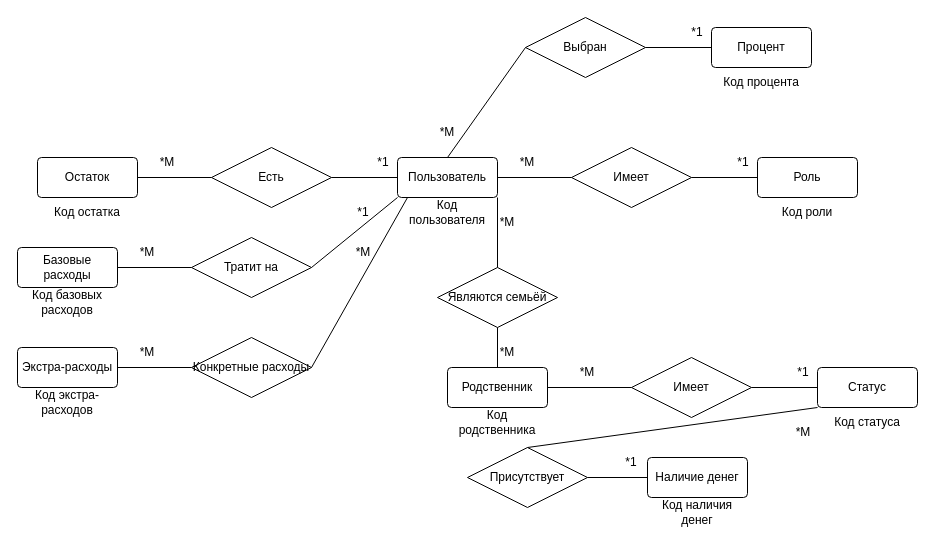
Above: page "Страница — 12" (12 of 18) of new_kurs.drawio in dahichnero/schemas (draw.io), before the change. Source tidied: cells renumbered, new cells numbered last; positions are measured from the earlier drawing's top-left corner, leaving out a move shared by most shapes. Both pictures are drawn from the tidied source at 100%, with x=0, y=0 at pixel (17, 17).
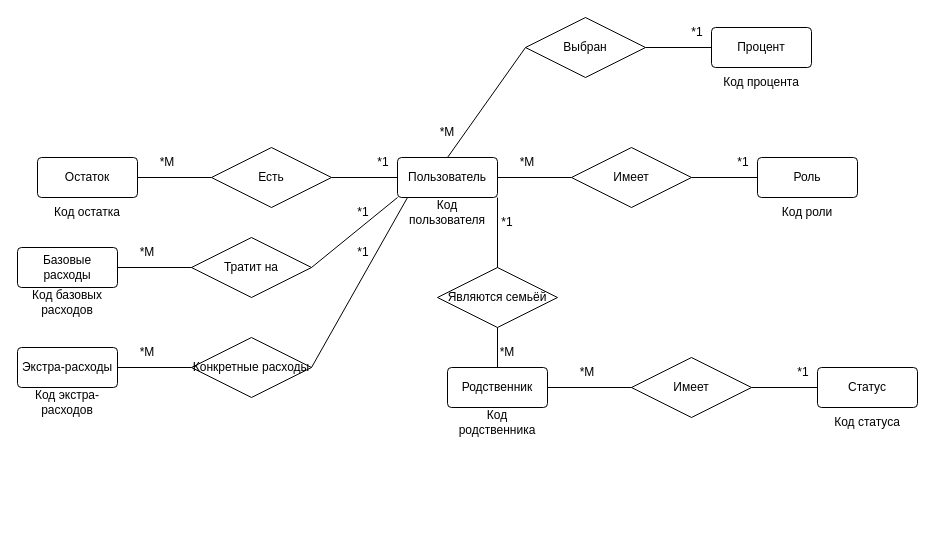
The same diagram, later.

The change refers to these unchanged cells:
```xml
<mxCell id="46" value="Статус" style="rounded=1;arcSize=10;whiteSpace=wrap;html=1;align=center;" parent="1" vertex="1">
  <mxGeometry x="800" y="350" width="100" height="40" as="geometry" />
</mxCell>
```

The edit, as a diff of the source:
```diff
@@
-    <mxCell id="37" value="*М" style="text;html=1;strokeColor=none;fillColor=none;align=center;verticalAlign=middle;whiteSpace=wrap;rounded=0;" parent="1" vertex="1">
+    <mxCell id="37" value="*1" style="text;html=1;strokeColor=none;fillColor=none;align=center;verticalAlign=middle;whiteSpace=wrap;rounded=0;" parent="1" vertex="1">
       <mxGeometry x="336" y="220" width="20" height="30" as="geometry" />
     </mxCell>
@@
-    <mxCell id="44" value="*М" style="text;html=1;strokeColor=none;fillColor=none;align=center;verticalAlign=middle;whiteSpace=wrap;rounded=0;" parent="1" vertex="1">
+    <mxCell id="44" value="*1" style="text;html=1;strokeColor=none;fillColor=none;align=center;verticalAlign=middle;whiteSpace=wrap;rounded=0;" parent="1" vertex="1">
       <mxGeometry x="480" y="190" width="20" height="30" as="geometry" />
     </mxCell>
@@
-    <mxCell id="53" value="Наличие денег" style="rounded=1;arcSize=10;whiteSpace=wrap;html=1;align=center;" parent="1" vertex="1">
-      <mxGeometry x="630" y="440" width="100" height="40" as="geometry" />
-    </mxCell>
-    <mxCell id="54" value="Присутствует" style="shape=rhombus;perimeter=rhombusPerimeter;whiteSpace=wrap;html=1;align=center;" parent="1" vertex="1">
-      <mxGeometry x="450" y="430" width="120" height="60" as="geometry" />
-    </mxCell>
-    <mxCell id="55" style="endArrow=none;html=1;rounded=0;exitX=0;exitY=1;exitDx=0;exitDy=0;entryX=0.5;entryY=0;entryDx=0;entryDy=0;" parent="1" edge="1" source="46" target="54">
-      <mxGeometry relative="1" as="geometry" />
-    </mxCell>
-    <mxCell id="56" style="endArrow=none;html=1;rounded=0;exitX=1;exitY=0.5;exitDx=0;exitDy=0;entryX=0;entryY=0.5;entryDx=0;entryDy=0;" parent="1" edge="1" source="54" target="53">
-      <mxGeometry relative="1" as="geometry" />
-    </mxCell>
-    <mxCell id="57" value="*М" style="text;html=1;strokeColor=none;fillColor=none;align=center;verticalAlign=middle;whiteSpace=wrap;rounded=0;" parent="1" vertex="1">
-      <mxGeometry x="776" y="400" width="20" height="30" as="geometry" />
-    </mxCell>
-    <mxCell id="58" value="*1" style="text;html=1;strokeColor=none;fillColor=none;align=center;verticalAlign=middle;whiteSpace=wrap;rounded=0;" parent="1" vertex="1">
-      <mxGeometry x="604" y="430" width="20" height="30" as="geometry" />
-    </mxCell>
-    <mxCell id="59" value="Код наличия денег" style="text;html=1;strokeColor=none;fillColor=none;align=center;verticalAlign=middle;whiteSpace=wrap;rounded=0;" parent="1" vertex="1">
-      <mxGeometry x="640" y="480" width="80" height="30" as="geometry" />
-    </mxCell>
```
